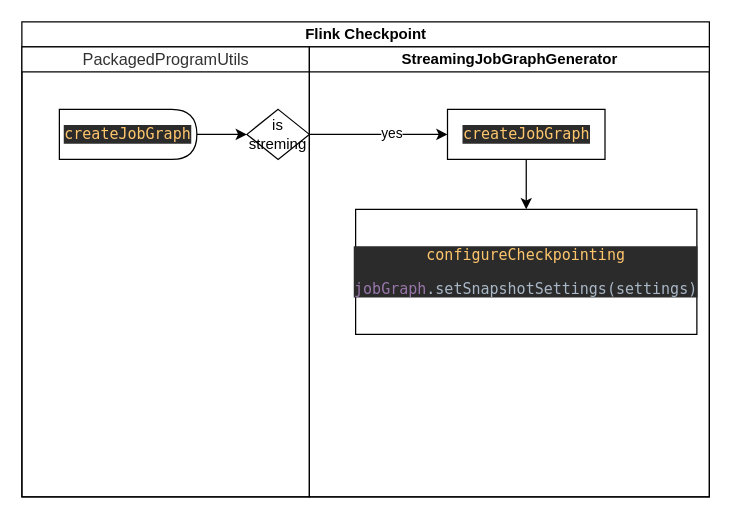
Earlier version of the draw.io diagram page "Page-1" (1 of 2) of Flink Checkpoint.drawio (yfzxyls/big_data). Source tidied: cells renumbered, new cells numbered last; positions are measured from the earlier drawing's top-left corner, leaving out a move shared by most shapes. Both pictures are drawn from the tidied source at 125%, with x=0, y=0 at pixel (21, 21).
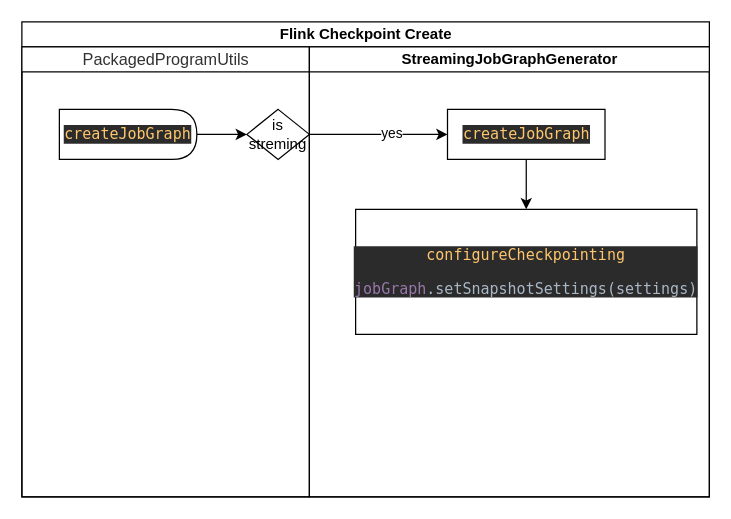
After the change.

The edit, as a diff of the source:
```diff
@@
 <mxGraphModel>
   <root>
     <mxCell id="0" />
     <mxCell id="1" parent="0" />
-    <mxCell id="2" value="Flink Checkpoint" style="swimlane;html=1;startSize=20;" parent="1" vertex="1">
+    <mxCell id="2" value="Flink Checkpoint Create" style="swimlane;html=1;startSize=20;" parent="1" vertex="1">
       <mxGeometry width="550" height="380" as="geometry" />
     </mxCell>
     <mxCell id="3" value="&lt;span style=&quot;color: rgb(50 , 50 , 50) ; font-size: 13px ; font-weight: 400 ; background-color: rgba(255 , 255 , 255 , 0.01)&quot;&gt;PackagedProgramUtils&lt;/span&gt;" style="swimlane;html=1;startSize=20;" parent="2" vertex="1">
       <mxGeometry y="20" width="230" height="360" as="geometry" />
     </mxCell>
     <mxCell id="4" style="edgeStyle=orthogonalEdgeStyle;rounded=0;jettySize=auto;html=1;entryX=0;entryY=0.5;entryDx=0;entryDy=0;" parent="3" edge="1" source="5" target="6">
       <mxGeometry relative="1" as="geometry" />
     </mxCell>
     <mxCell id="5" value="&lt;pre style=&quot;background-color: #2b2b2b ; color: #a9b7c6 ; font-family: &amp;#34;menlo&amp;#34; ; font-size: 9.0pt&quot;&gt;&lt;span style=&quot;color: #ffc66d&quot;&gt;createJobGraph&lt;/span&gt;&lt;/pre&gt;" style="shape=delay;whiteSpace=wrap;html=1;" parent="3" vertex="1">
       <mxGeometry x="30" y="50" width="110" height="40" as="geometry" />
     </mxCell>
     <mxCell id="6" value="is streming" style="rhombus;whiteSpace=wrap;html=1;" parent="3" vertex="1">
       <mxGeometry x="180" y="50" width="50" height="40" as="geometry" />
     </mxCell>
     <mxCell id="7" value="StreamingJobGraphGenerator" style="swimlane;html=1;startSize=20;" parent="2" vertex="1">
       <mxGeometry x="230" y="20" width="320" height="360" as="geometry" />
     </mxCell>
     <mxCell id="8" style="edgeStyle=orthogonalEdgeStyle;rounded=0;jettySize=auto;html=1;entryX=0.5;entryY=0;entryDx=0;entryDy=0;" parent="7" edge="1" source="10" target="9">
       <mxGeometry relative="1" as="geometry" />
     </mxCell>
     <mxCell id="9" value="&lt;pre style=&quot;background-color: #2b2b2b ; color: #a9b7c6 ; font-family: &amp;#34;menlo&amp;#34; ; font-size: 9.0pt&quot;&gt;&lt;pre style=&quot;font-family: &amp;#34;menlo&amp;#34; ; font-size: 9pt&quot;&gt;&lt;span style=&quot;color: #ffc66d&quot;&gt;configureCheckpointing&lt;/span&gt;&lt;/pre&gt;&lt;pre style=&quot;font-family: &amp;#34;menlo&amp;#34; ; font-size: 9pt&quot;&gt;&lt;pre style=&quot;font-family: &amp;#34;menlo&amp;#34; ; font-size: 9pt&quot;&gt;&lt;span style=&quot;color: #9876aa&quot;&gt;jobGraph&lt;/span&gt;.setSnapshotSettings(settings)&lt;/pre&gt;&lt;/pre&gt;&lt;/pre&gt;" style="rounded=0;whiteSpace=wrap;html=1;" parent="7" vertex="1">
       <mxGeometry x="37" y="130" width="273" height="100" as="geometry" />
     </mxCell>
     <mxCell id="10" value="&lt;pre style=&quot;background-color: #2b2b2b ; color: #a9b7c6 ; font-family: &amp;#34;menlo&amp;#34; ; font-size: 9.0pt&quot;&gt;&lt;span style=&quot;color: #ffc66d&quot;&gt;createJobGraph&lt;/span&gt;&lt;/pre&gt;" style="rounded=0;whiteSpace=wrap;html=1;" parent="7" vertex="1">
       <mxGeometry x="110.5" y="50" width="126" height="40" as="geometry" />
     </mxCell>
     <mxCell id="11" style="edgeStyle=orthogonalEdgeStyle;rounded=0;jettySize=auto;html=1;entryX=0;entryY=0.5;entryDx=0;entryDy=0;" parent="2" edge="1" source="6" target="10">
       <mxGeometry relative="1" as="geometry" />
     </mxCell>
     <mxCell id="12" value="yes" style="edgeLabel;html=1;align=center;verticalAlign=middle;" parent="11" vertex="1">
       <mxGeometry x="0.2" y="-2" relative="1" as="geometry">
         <mxPoint x="-1" y="-4" as="offset" />
       </mxGeometry>
     </mxCell>
   </root>
 </mxGraphModel>
```
